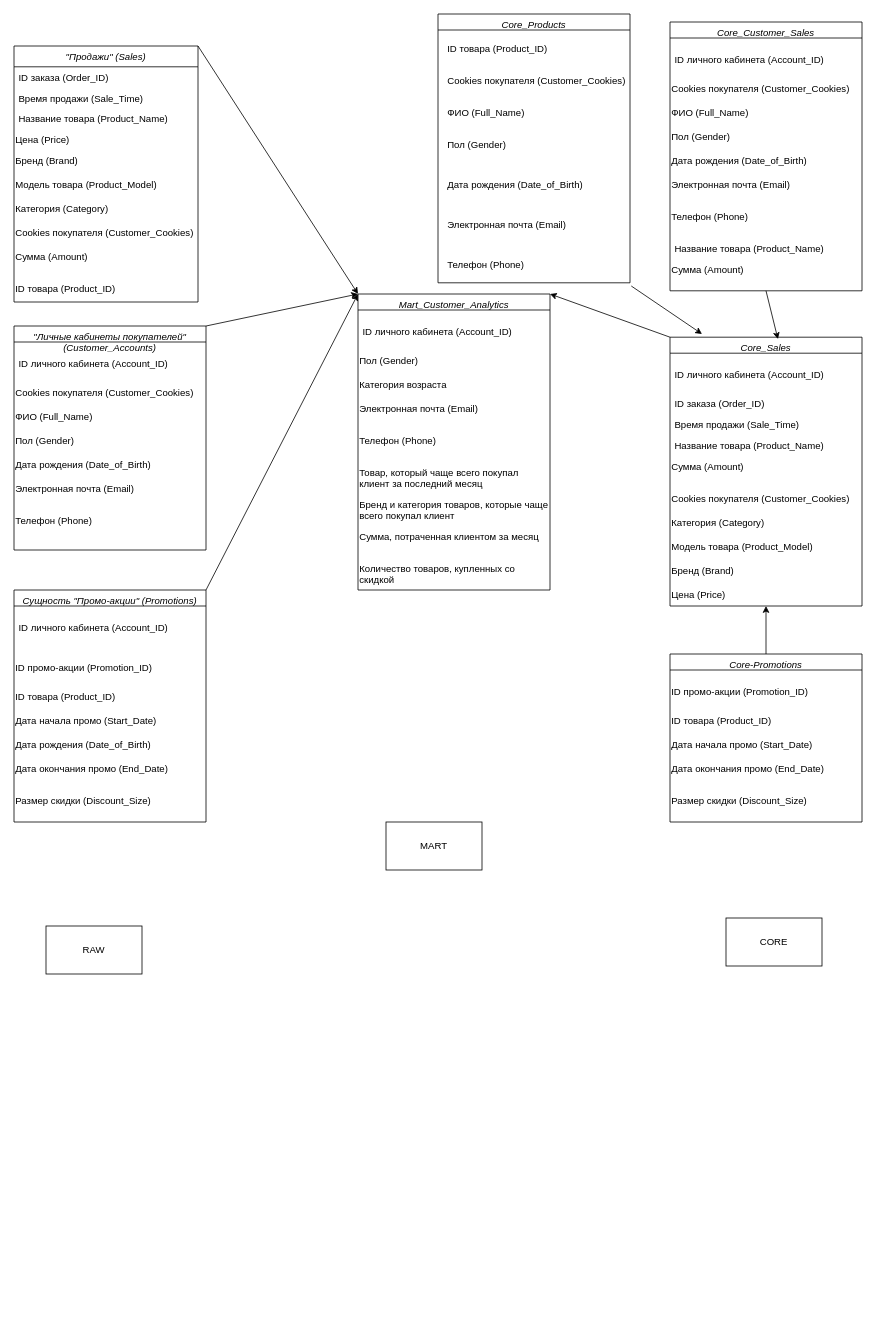
gden01/1T_DE_2.5 keeps this draw.io diagram as DWH продажи - маркетинг.drawio. Above is the earlier version. Source tidied: cells renumbered, new cells numbered last; positions are measured from the earlier drawing's top-left corner, leaving out a move shared by most shapes. Both pictures are drawn from the tidied source at 80%, with x=0, y=0 at pixel (14, 14).
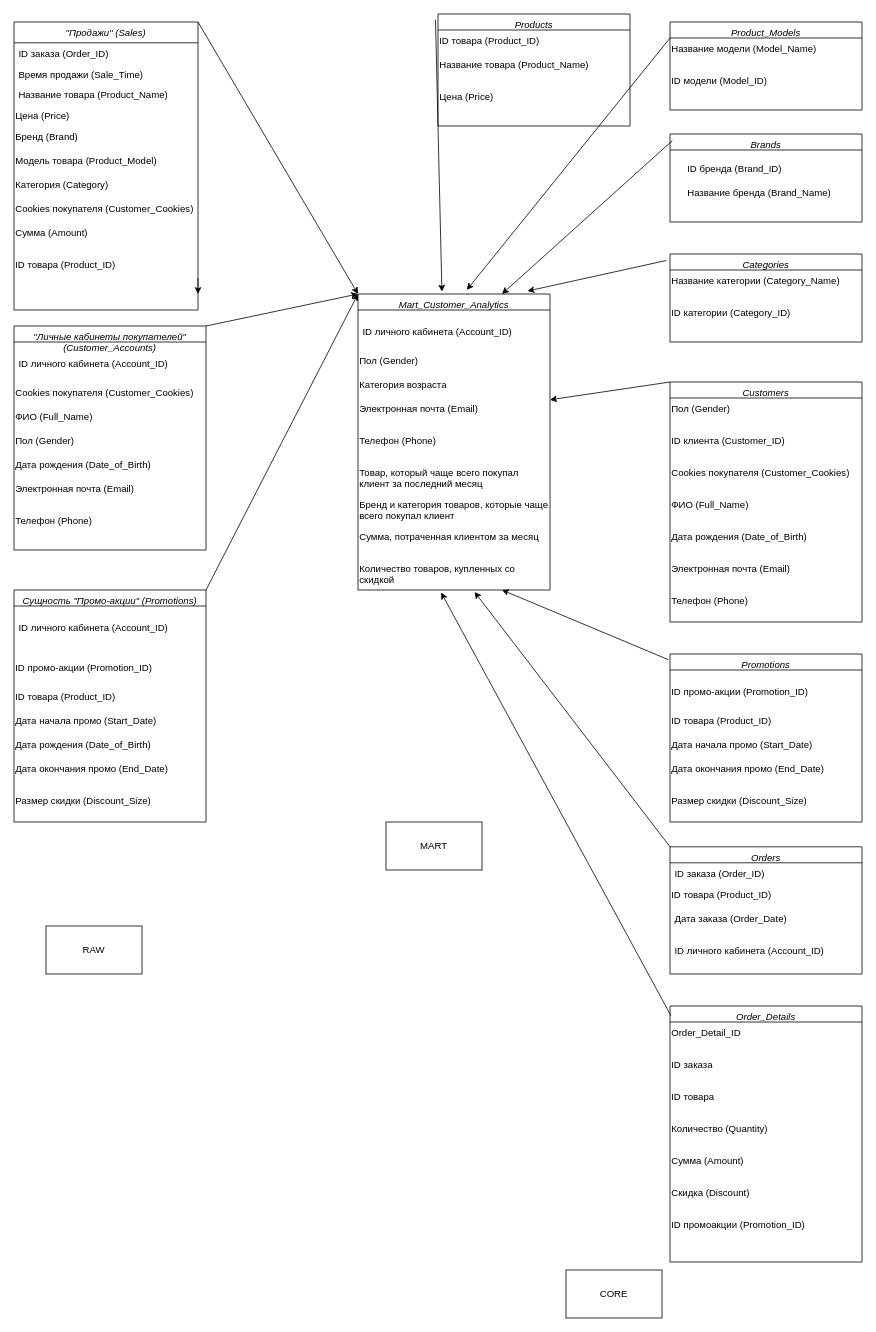
Above is the later version.

Commit message (it also covers changes not shown here):
схема приведена к структуре 3nf

Unchanged cells that the change refers to:
```xml
<mxCell id="12" value="ID товара (Product_ID)" style="text;whiteSpace=wrap;html=1;" parent="2" vertex="1">
  <mxGeometry y="290" width="230" height="30" as="geometry" />
</mxCell>
<mxCell id="39" value="Mart_Customer_Analytics" style="swimlane;fontStyle=2;align=center;verticalAlign=top;horizontal=1;startSize=20;rounded=0;shadow=0;strokeWidth=1;" parent="1" vertex="1">
  <mxGeometry x="430" y="350" width="240" height="370" as="geometry" />
</mxCell>
<mxCell id="43" value="Электронная почта (Email)" style="text;whiteSpace=wrap;html=1;" parent="39" vertex="1">
  <mxGeometry y="130" width="240" height="40" as="geometry" />
</mxCell>
<mxCell id="48" value="Количество товаров, купленных со скидкой" style="text;whiteSpace=wrap;html=1;" parent="39" vertex="1">
  <mxGeometry y="330" width="240" height="40" as="geometry" />
</mxCell>
```

What changed in the source:
```diff
@@
     <mxCell id="2" value="&quot;Продажи&quot; (Sales)" style="swimlane;fontStyle=2;align=center;verticalAlign=top;horizontal=1;startSize=26;rounded=0;shadow=0;strokeWidth=1;" parent="1" vertex="1">
-      <mxGeometry y="40" width="230" height="320" as="geometry" />
+      <mxGeometry y="10" width="230" height="360" as="geometry" />
     </mxCell>
@@
+    <mxCell id="84" style="edgeStyle=orthogonalEdgeStyle;rounded=0;jettySize=auto;html=1;exitX=1;exitY=1;exitDx=0;exitDy=0;" parent="2" edge="1" source="12">
+      <mxGeometry relative="1" as="geometry">
+        <mxPoint x="230" y="340" as="targetPoint" />
+      </mxGeometry>
+    </mxCell>
@@
-    <mxCell id="29" value="Core_Customer_Sales" style="swimlane;fontStyle=2;align=center;verticalAlign=top;horizontal=1;startSize=20;rounded=0;shadow=0;strokeWidth=1;" parent="1" vertex="1">
-      <mxGeometry x="820" y="10" width="240" height="336" as="geometry" />
+    <mxCell id="29" value="Product_Models" style="swimlane;fontStyle=2;align=center;verticalAlign=top;horizontal=1;startSize=20;rounded=0;shadow=0;strokeWidth=1;" parent="1" vertex="1">
+      <mxGeometry x="820" y="10" width="240" height="110" as="geometry" />
     </mxCell>
-    <mxCell id="30" value="&#10;ID личного кабинета (Account_ID)" style="text;align=left;verticalAlign=top;spacingLeft=4;spacingRight=4;overflow=hidden;rounded=0;shadow=0;html=0;" parent="29" vertex="1">
-      <mxGeometry y="20" width="240" height="50" as="geometry" />
-    </mxCell>
-    <mxCell id="31" value="Cookies покупателя (Customer_Cookies)" style="text;whiteSpace=wrap;html=1;" parent="29" vertex="1">
-      <mxGeometry y="70" width="240" height="30" as="geometry" />
-    </mxCell>
-    <mxCell id="32" value="ФИО (Full_Name)" style="text;whiteSpace=wrap;html=1;" parent="29" vertex="1">
-      <mxGeometry y="100" width="240" height="30" as="geometry" />
-    </mxCell>
-    <mxCell id="33" value="Пол (Gender)" style="text;whiteSpace=wrap;html=1;" parent="29" vertex="1">
-      <mxGeometry y="130" width="240" height="30" as="geometry" />
-    </mxCell>
-    <mxCell id="34" value="Дата рождения (Date_of_Birth)" style="text;whiteSpace=wrap;html=1;" parent="29" vertex="1">
-      <mxGeometry y="160" width="240" height="30" as="geometry" />
-    </mxCell>
-    <mxCell id="35" value="Электронная почта (Email)" style="text;whiteSpace=wrap;html=1;" parent="29" vertex="1">
-      <mxGeometry y="190" width="240" height="40" as="geometry" />
-    </mxCell>
-    <mxCell id="36" value="Телефон (Phone)" style="text;whiteSpace=wrap;html=1;" parent="29" vertex="1">
-      <mxGeometry y="230" width="240" height="40" as="geometry" />
-    </mxCell>
-    <mxCell id="37" value="Название товара (Product_Name)" style="text;align=left;verticalAlign=top;spacingLeft=4;spacingRight=4;overflow=hidden;rounded=0;shadow=0;html=0;" parent="29" vertex="1">
-      <mxGeometry y="270" width="240" height="26" as="geometry" />
-    </mxCell>
-    <mxCell id="38" value="Сумма (Amount)" style="text;whiteSpace=wrap;html=1;" parent="29" vertex="1">
-      <mxGeometry y="296" width="240" height="40" as="geometry" />
-    </mxCell>
+    <mxCell id="85" value="Название модели (Model_Name)" style="text;whiteSpace=wrap;html=1;" parent="29" vertex="1">
+      <mxGeometry y="20" width="240" height="40" as="geometry" />
+    </mxCell>
+    <mxCell id="86" value="ID модели (Model_ID)" style="text;whiteSpace=wrap;html=1;" parent="29" vertex="1">
+      <mxGeometry y="60" width="240" height="40" as="geometry" />
+    </mxCell>
@@
     <mxCell id="50" value="CORE" style="rounded=0;whiteSpace=wrap;html=1;" parent="1" vertex="1">
-      <mxGeometry x="890" y="1130" width="120" height="60" as="geometry" />
+      <mxGeometry x="690" y="1570" width="120" height="60" as="geometry" />
     </mxCell>
@@
-    <mxCell id="52" value="Core_Sales" style="swimlane;fontStyle=2;align=center;verticalAlign=top;horizontal=1;startSize=20;rounded=0;shadow=0;strokeWidth=1;" parent="1" vertex="1">
-      <mxGeometry x="820" y="404" width="240" height="336" as="geometry" />
-    </mxCell>
-    <mxCell id="53" value="&#10;ID личного кабинета (Account_ID)" style="text;align=left;verticalAlign=top;spacingLeft=4;spacingRight=4;overflow=hidden;rounded=0;shadow=0;html=0;" parent="52" vertex="1">
-      <mxGeometry y="20" width="240" height="50" as="geometry" />
-    </mxCell>
-    <mxCell id="54" value="ID заказа (Order_ID)" style="text;align=left;verticalAlign=top;spacingLeft=4;spacingRight=4;overflow=hidden;rounded=0;shadow=0;html=0;" parent="52" vertex="1">
-      <mxGeometry y="70" width="240" height="26" as="geometry" />
-    </mxCell>
-    <mxCell id="55" value="Время продажи (Sale_Time)" style="text;align=left;verticalAlign=top;spacingLeft=4;spacingRight=4;overflow=hidden;rounded=0;shadow=0;html=0;" parent="52" vertex="1">
-      <mxGeometry y="96" width="240" height="26" as="geometry" />
-    </mxCell>
-    <mxCell id="56" value="Название товара (Product_Name)" style="text;align=left;verticalAlign=top;spacingLeft=4;spacingRight=4;overflow=hidden;rounded=0;shadow=0;html=0;" parent="52" vertex="1">
-      <mxGeometry y="122" width="240" height="26" as="geometry" />
-    </mxCell>
-    <mxCell id="57" value="Сумма (Amount)" style="text;whiteSpace=wrap;html=1;" parent="52" vertex="1">
-      <mxGeometry y="148" width="240" height="40" as="geometry" />
-    </mxCell>
-    <mxCell id="58" value="Cookies покупателя (Customer_Cookies)" style="text;whiteSpace=wrap;html=1;" parent="52" vertex="1">
-      <mxGeometry y="188" width="240" height="30" as="geometry" />
-    </mxCell>
-    <mxCell id="59" value="Категория (Category)" style="text;whiteSpace=wrap;html=1;" parent="52" vertex="1">
-      <mxGeometry y="218" width="240" height="30" as="geometry" />
-    </mxCell>
-    <mxCell id="60" value="Модель товара (Product_Model)" style="text;whiteSpace=wrap;html=1;" parent="52" vertex="1">
-      <mxGeometry y="248" width="240" height="30" as="geometry" />
-    </mxCell>
-    <mxCell id="61" value="Бренд (Brand)" style="text;whiteSpace=wrap;html=1;" parent="52" vertex="1">
-      <mxGeometry y="278" width="240" height="30" as="geometry" />
-    </mxCell>
-    <mxCell id="62" value="Цена (Price)" style="text;whiteSpace=wrap;html=1;" parent="52" vertex="1">
-      <mxGeometry y="308" width="240" height="26" as="geometry" />
-    </mxCell>
-    <mxCell id="63" value="Core-Promotions" style="swimlane;fontStyle=2;align=center;verticalAlign=top;horizontal=1;startSize=20;rounded=0;shadow=0;strokeWidth=1;" parent="1" vertex="1">
+    <mxCell id="63" value="Promotions" style="swimlane;fontStyle=2;align=center;verticalAlign=top;horizontal=1;startSize=20;rounded=0;shadow=0;strokeWidth=1;" parent="1" vertex="1">
       <mxGeometry x="820" y="800" width="240" height="210" as="geometry" />
     </mxCell>
@@
-    <mxCell id="72" style="endArrow=classic;html=1;rounded=0;entryX=1;entryY=0;entryDx=0;entryDy=0;exitX=0;exitY=0;exitDx=0;exitDy=0;" parent="1" edge="1" source="52" target="39">
-      <mxGeometry relative="1" as="geometry" />
-    </mxCell>
-    <mxCell id="73" value="Core_Products" style="swimlane;fontStyle=2;align=center;verticalAlign=top;horizontal=1;startSize=20;rounded=0;shadow=0;strokeWidth=1;" parent="1" vertex="1">
-      <mxGeometry x="530" width="240" height="336" as="geometry" />
+    <mxCell id="73" value="Products" style="swimlane;fontStyle=2;align=center;verticalAlign=top;horizontal=1;startSize=20;rounded=0;shadow=0;strokeWidth=1;" parent="1" vertex="1">
+      <mxGeometry x="530" width="240" height="140" as="geometry" />
     </mxCell>
-    <mxCell id="74" value="ID товара (Product_ID)" style="text;whiteSpace=wrap;html=1;" parent="1" vertex="1">
-      <mxGeometry x="540" y="30" width="240" height="30" as="geometry" />
+    <mxCell id="74" value="ID товара (Product_ID)" style="text;whiteSpace=wrap;html=1;" parent="73" vertex="1">
+      <mxGeometry y="20" width="240" height="30" as="geometry" />
     </mxCell>
-    <mxCell id="75" value="Cookies покупателя (Customer_Cookies)" style="text;whiteSpace=wrap;html=1;" parent="1" vertex="1">
-      <mxGeometry x="540" y="70" width="240" height="30" as="geometry" />
-    </mxCell>
-    <mxCell id="76" value="ФИО (Full_Name)" style="text;whiteSpace=wrap;html=1;" parent="1" vertex="1">
-      <mxGeometry x="540" y="110" width="240" height="30" as="geometry" />
-    </mxCell>
-    <mxCell id="77" value="Пол (Gender)" style="text;whiteSpace=wrap;html=1;" parent="1" vertex="1">
-      <mxGeometry x="540" y="150" width="240" height="30" as="geometry" />
-    </mxCell>
-    <mxCell id="78" value="Дата рождения (Date_of_Birth)" style="text;whiteSpace=wrap;html=1;" parent="1" vertex="1">
-      <mxGeometry x="540" y="200" width="240" height="30" as="geometry" />
-    </mxCell>
-    <mxCell id="79" value="Электронная почта (Email)" style="text;whiteSpace=wrap;html=1;" parent="1" vertex="1">
-      <mxGeometry x="540" y="250" width="240" height="40" as="geometry" />
-    </mxCell>
-    <mxCell id="80" value="Телефон (Phone)" style="text;whiteSpace=wrap;html=1;" parent="1" vertex="1">
-      <mxGeometry x="540" y="300" width="240" height="40" as="geometry" />
-    </mxCell>
-    <mxCell id="81" style="endArrow=classic;html=1;rounded=0;exitX=0.965;exitY=1;exitDx=0;exitDy=0;exitPerimeter=0;" parent="1" edge="1" source="80">
-      <mxGeometry relative="1" as="geometry">
-        <mxPoint x="860" y="400" as="targetPoint" />
-      </mxGeometry>
-    </mxCell>
-    <mxCell id="82" style="endArrow=classic;html=1;rounded=0;entryX=0.562;entryY=0.007;entryDx=0;entryDy=0;entryPerimeter=0;exitX=0.5;exitY=1;exitDx=0;exitDy=0;" parent="1" edge="1" source="38" target="52">
-      <mxGeometry relative="1" as="geometry" />
-    </mxCell>
-    <mxCell id="83" style="endArrow=classic;html=1;rounded=0;entryX=0.5;entryY=1;entryDx=0;entryDy=0;exitX=0.5;exitY=0;exitDx=0;exitDy=0;" parent="1" edge="1" source="63" target="52">
-      <mxGeometry relative="1" as="geometry" />
-    </mxCell>
+    <mxCell id="87" value="Название товара (Product_Name)" style="text;whiteSpace=wrap;html=1;" parent="73" vertex="1">
+      <mxGeometry y="50" width="240" height="40" as="geometry" />
+    </mxCell>
+    <mxCell id="62" value="Цена (Price)" style="text;whiteSpace=wrap;html=1;" parent="73" vertex="1">
+      <mxGeometry y="90" width="240" height="40" as="geometry" />
+    </mxCell>
+    <mxCell id="88" value="Orders" style="swimlane;fontStyle=2;align=center;verticalAlign=top;horizontal=1;startSize=20;rounded=0;shadow=0;strokeWidth=1;" parent="1" vertex="1">
+      <mxGeometry x="820" y="1041" width="240" height="159" as="geometry" />
+    </mxCell>
+    <mxCell id="54" value="ID заказа (Order_ID)" style="text;align=left;verticalAlign=top;spacingLeft=4;spacingRight=4;overflow=hidden;rounded=0;shadow=0;html=0;" parent="88" vertex="1">
+      <mxGeometry y="20" width="240" height="26" as="geometry" />
+    </mxCell>
+    <mxCell id="89" value="ID товара (Product_ID)" style="text;whiteSpace=wrap;html=1;" parent="88" vertex="1">
+      <mxGeometry y="46" width="240" height="30" as="geometry" />
+    </mxCell>
+    <mxCell id="90" value="Дата заказа (Order_Date)" style="text;align=left;verticalAlign=top;spacingLeft=4;spacingRight=4;overflow=hidden;rounded=0;shadow=0;html=0;" parent="88" vertex="1">
+      <mxGeometry y="76" width="240" height="26" as="geometry" />
+    </mxCell>
+    <mxCell id="91" value="&#10;ID личного кабинета (Account_ID)" style="text;align=left;verticalAlign=top;spacingLeft=4;spacingRight=4;overflow=hidden;rounded=0;shadow=0;html=0;" parent="88" vertex="1">
+      <mxGeometry y="102" width="240" height="50" as="geometry" />
+    </mxCell>
+    <mxCell id="92" value="Order_Details" style="swimlane;fontStyle=2;align=center;verticalAlign=top;horizontal=1;startSize=20;rounded=0;shadow=0;strokeWidth=1;" parent="1" vertex="1">
+      <mxGeometry x="820" y="1240" width="240" height="320" as="geometry" />
+    </mxCell>
+    <mxCell id="93" value="Order_Detail_ID" style="text;whiteSpace=wrap;html=1;" parent="92" vertex="1">
+      <mxGeometry y="20" width="240" height="40" as="geometry" />
+    </mxCell>
+    <mxCell id="94" value="ID заказа" style="text;whiteSpace=wrap;html=1;" parent="92" vertex="1">
+      <mxGeometry y="60" width="240" height="40" as="geometry" />
+    </mxCell>
+    <mxCell id="95" value="ID товара" style="text;whiteSpace=wrap;html=1;" parent="92" vertex="1">
+      <mxGeometry y="100" width="240" height="40" as="geometry" />
+    </mxCell>
+    <mxCell id="96" value="Количество (Quantity)" style="text;whiteSpace=wrap;html=1;" parent="92" vertex="1">
+      <mxGeometry y="140" width="240" height="40" as="geometry" />
+    </mxCell>
+    <mxCell id="97" value="Сумма (Amount)" style="text;whiteSpace=wrap;html=1;" parent="92" vertex="1">
+      <mxGeometry y="180" width="240" height="40" as="geometry" />
+    </mxCell>
+    <mxCell id="98" value="Скидка (Discount)" style="text;whiteSpace=wrap;html=1;" parent="92" vertex="1">
+      <mxGeometry y="220" width="240" height="40" as="geometry" />
+    </mxCell>
+    <mxCell id="99" value="ID промоакции (Promotion_ID)" style="text;whiteSpace=wrap;html=1;" parent="92" vertex="1">
+      <mxGeometry y="260" width="240" height="40" as="geometry" />
+    </mxCell>
+    <mxCell id="100" value="Brands" style="swimlane;fontStyle=2;align=center;verticalAlign=top;horizontal=1;startSize=20;rounded=0;shadow=0;strokeWidth=1;" parent="1" vertex="1">
+      <mxGeometry x="820" y="150" width="240" height="110" as="geometry" />
+    </mxCell>
+    <mxCell id="101" value="ID бренда (Brand_ID)" style="text;whiteSpace=wrap;html=1;" parent="1" vertex="1">
+      <mxGeometry x="840" y="180" width="150" height="40" as="geometry" />
+    </mxCell>
+    <mxCell id="102" value="Название бренда (Brand_Name)" style="text;whiteSpace=wrap;html=1;" parent="1" vertex="1">
+      <mxGeometry x="840" y="210" width="210" height="40" as="geometry" />
+    </mxCell>
+    <mxCell id="103" value="Categories" style="swimlane;fontStyle=2;align=center;verticalAlign=top;horizontal=1;startSize=20;rounded=0;shadow=0;strokeWidth=1;" parent="1" vertex="1">
+      <mxGeometry x="820" y="300" width="240" height="110" as="geometry" />
+    </mxCell>
+    <mxCell id="104" value="Название категории (Category_Name)" style="text;whiteSpace=wrap;html=1;" parent="103" vertex="1">
+      <mxGeometry y="20" width="240" height="40" as="geometry" />
+    </mxCell>
+    <mxCell id="105" value="ID категории (Category_ID)" style="text;whiteSpace=wrap;html=1;" parent="103" vertex="1">
+      <mxGeometry y="60" width="240" height="40" as="geometry" />
+    </mxCell>
+    <mxCell id="106" value="Customers" style="swimlane;fontStyle=2;align=center;verticalAlign=top;horizontal=1;startSize=20;rounded=0;shadow=0;strokeWidth=1;" parent="1" vertex="1">
+      <mxGeometry x="820" y="460" width="240" height="300" as="geometry" />
+    </mxCell>
+    <mxCell id="107" value="Пол (Gender)" style="text;whiteSpace=wrap;html=1;" parent="106" vertex="1">
+      <mxGeometry y="20" width="240" height="40" as="geometry" />
+    </mxCell>
+    <mxCell id="108" value="ID клиента (Customer_ID)" style="text;whiteSpace=wrap;html=1;" parent="106" vertex="1">
+      <mxGeometry y="60" width="240" height="40" as="geometry" />
+    </mxCell>
+    <mxCell id="109" value="Cookies покупателя (Customer_Cookies)" style="text;whiteSpace=wrap;html=1;" parent="106" vertex="1">
+      <mxGeometry y="100" width="240" height="40" as="geometry" />
+    </mxCell>
+    <mxCell id="110" value="ФИО (Full_Name)" style="text;whiteSpace=wrap;html=1;" parent="106" vertex="1">
+      <mxGeometry y="140" width="240" height="40" as="geometry" />
+    </mxCell>
+    <mxCell id="111" value="Дата рождения (Date_of_Birth)" style="text;whiteSpace=wrap;html=1;" parent="106" vertex="1">
+      <mxGeometry y="180" width="240" height="40" as="geometry" />
+    </mxCell>
+    <mxCell id="112" value="Электронная почта (Email)" style="text;whiteSpace=wrap;html=1;" parent="106" vertex="1">
+      <mxGeometry y="220" width="240" height="40" as="geometry" />
+    </mxCell>
+    <mxCell id="113" value="Телефон (Phone)" style="text;whiteSpace=wrap;html=1;" parent="106" vertex="1">
+      <mxGeometry y="260" width="240" height="40" as="geometry" />
+    </mxCell>
+    <mxCell id="114" style="endArrow=classic;html=1;rounded=0;exitX=-0.013;exitY=0.051;exitDx=0;exitDy=0;exitPerimeter=0;entryX=0.437;entryY=-0.008;entryDx=0;entryDy=0;entryPerimeter=0;" parent="1" edge="1" source="73" target="39">
+      <mxGeometry relative="1" as="geometry" />
+    </mxCell>
+    <mxCell id="115" style="endArrow=classic;html=1;rounded=0;entryX=0.567;entryY=-0.014;entryDx=0;entryDy=0;entryPerimeter=0;exitX=0;exitY=0;exitDx=0;exitDy=0;" parent="1" edge="1" source="85" target="39">
+      <mxGeometry relative="1" as="geometry" />
+    </mxCell>
+    <mxCell id="116" style="endArrow=classic;html=1;rounded=0;entryX=0.75;entryY=0;entryDx=0;entryDy=0;exitX=0.012;exitY=0.076;exitDx=0;exitDy=0;exitPerimeter=0;" parent="1" edge="1" source="100" target="39">
+      <mxGeometry relative="1" as="geometry" />
+    </mxCell>
+    <mxCell id="117" style="endArrow=classic;html=1;rounded=0;entryX=0.883;entryY=-0.01;entryDx=0;entryDy=0;entryPerimeter=0;exitX=-0.018;exitY=0.073;exitDx=0;exitDy=0;exitPerimeter=0;" parent="1" edge="1" source="103" target="39">
+      <mxGeometry relative="1" as="geometry" />
+    </mxCell>
+    <mxCell id="118" style="endArrow=classic;html=1;rounded=0;exitX=0;exitY=0;exitDx=0;exitDy=0;" parent="1" edge="1" source="106" target="43">
+      <mxGeometry relative="1" as="geometry" />
+    </mxCell>
+    <mxCell id="119" style="endArrow=classic;html=1;rounded=0;entryX=0.75;entryY=1;entryDx=0;entryDy=0;exitX=-0.008;exitY=0.034;exitDx=0;exitDy=0;exitPerimeter=0;" parent="1" edge="1" source="63" target="48">
+      <mxGeometry relative="1" as="geometry" />
+    </mxCell>
+    <mxCell id="120" style="endArrow=classic;html=1;rounded=0;entryX=0.607;entryY=1.06;entryDx=0;entryDy=0;entryPerimeter=0;exitX=0;exitY=0;exitDx=0;exitDy=0;" parent="1" edge="1" source="88" target="48">
+      <mxGeometry relative="1" as="geometry" />
+    </mxCell>
+    <mxCell id="121" style="endArrow=classic;html=1;rounded=0;entryX=0.433;entryY=1.08;entryDx=0;entryDy=0;entryPerimeter=0;exitX=0.005;exitY=0.038;exitDx=0;exitDy=0;exitPerimeter=0;" parent="1" edge="1" source="92" target="48">
+      <mxGeometry relative="1" as="geometry" />
+    </mxCell>
```
